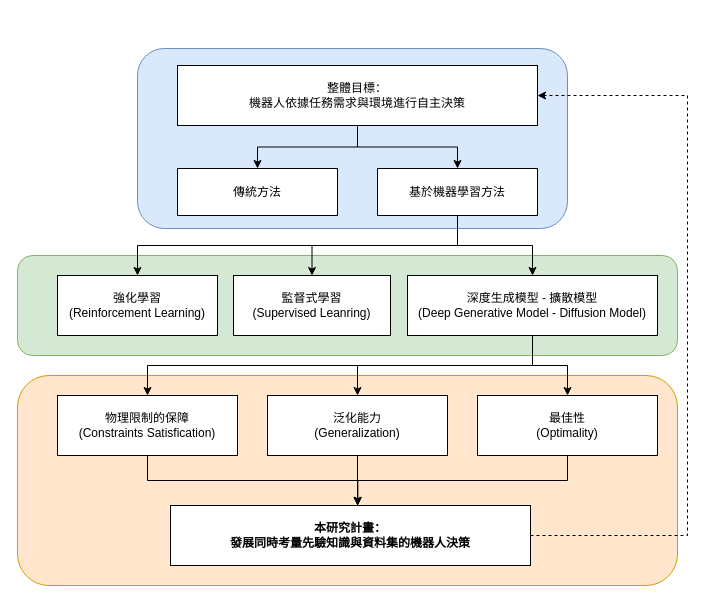
This is Untitled Diagram.drawio from IanHuangYH/Paper_Submission_Chart, a draw.io file, before an edit. Source tidied: cells renumbered, new cells numbered last; positions are measured from the earlier drawing's top-left corner, leaving out a move shared by most shapes. Both pictures are drawn from the tidied source at 100%, with x=0, y=0 at pixel (17, 48).
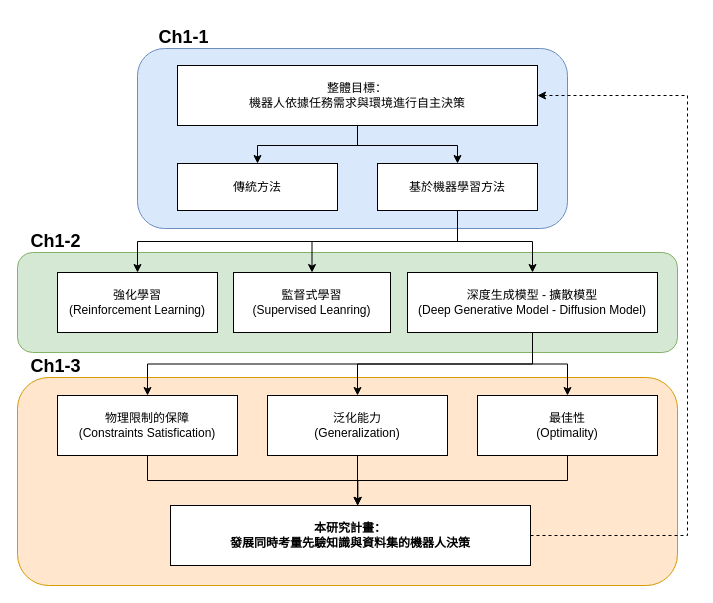
Above is the later version.

The edit, as a diff of the source:
```diff
@@
     <mxCell id="2" value="&lt;h3&gt;&lt;br&gt;&lt;/h3&gt;" style="rounded=1;whiteSpace=wrap;html=1;fillColor=#ffe6cc;strokeColor=#d79b00;align=left;" parent="1" vertex="1">
-      <mxGeometry y="327" width="660" height="210" as="geometry" />
+      <mxGeometry y="329" width="660" height="208" as="geometry" />
     </mxCell>
     <mxCell id="3" value="&lt;h3&gt;&lt;br&gt;&lt;/h3&gt;" style="rounded=1;whiteSpace=wrap;html=1;fillColor=#d5e8d4;strokeColor=#82b366;align=left;" parent="1" vertex="1">
-      <mxGeometry y="207" width="660" height="100" as="geometry" />
+      <mxGeometry y="204" width="660" height="100" as="geometry" />
     </mxCell>
@@
     <mxCell id="7" value="傳統方法" style="rounded=0;whiteSpace=wrap;html=1;" parent="1" vertex="1">
-      <mxGeometry x="160" y="120" width="160" height="47" as="geometry" />
+      <mxGeometry x="160" y="115" width="160" height="47" as="geometry" />
     </mxCell>
@@
     <mxCell id="11" value="基於機器學習方法" style="rounded=0;whiteSpace=wrap;html=1;" parent="1" vertex="1">
-      <mxGeometry x="360" y="120" width="160" height="47" as="geometry" />
+      <mxGeometry x="360" y="115" width="160" height="47" as="geometry" />
     </mxCell>
     <mxCell id="12" value="監督式學習&lt;br&gt;(Supervised Leanring)" style="rounded=0;whiteSpace=wrap;html=1;" parent="1" vertex="1">
-      <mxGeometry x="216" y="227" width="157" height="60" as="geometry" />
+      <mxGeometry x="216" y="224" width="157" height="60" as="geometry" />
     </mxCell>
     <mxCell id="13" value="強化學習&lt;br&gt;(Reinforcement Learning)" style="rounded=0;whiteSpace=wrap;html=1;" parent="1" vertex="1">
-      <mxGeometry x="40" y="227" width="160" height="60" as="geometry" />
+      <mxGeometry x="40" y="224" width="160" height="60" as="geometry" />
     </mxCell>
@@
     <mxCell id="17" value="深度生成模型 - 擴散模型&lt;br&gt;(Deep Generative Model - Diffusion Model)" style="rounded=0;whiteSpace=wrap;html=1;" parent="1" vertex="1">
-      <mxGeometry x="390" y="227" width="250" height="60" as="geometry" />
+      <mxGeometry x="390" y="224" width="250" height="60" as="geometry" />
     </mxCell>
@@
+    <mxCell id="27" value="&lt;b&gt;&lt;font style=&quot;font-size: 18px;&quot;&gt;Ch1-1&lt;/font&gt;&lt;/b&gt;" style="text;html=1;align=center;verticalAlign=middle;strokeColor=none;fillColor=none;" parent="1" vertex="1">
+      <mxGeometry x="131" y="-31" width="70" height="40" as="geometry" />
+    </mxCell>
+    <mxCell id="28" value="&lt;b&gt;&lt;font style=&quot;font-size: 18px;&quot;&gt;Ch1-2&lt;/font&gt;&lt;/b&gt;" style="text;html=1;align=center;verticalAlign=middle;strokeColor=none;fillColor=none;" parent="1" vertex="1">
+      <mxGeometry x="3" y="173" width="70" height="40" as="geometry" />
+    </mxCell>
+    <mxCell id="29" value="&lt;b&gt;&lt;font style=&quot;font-size: 18px;&quot;&gt;Ch1-3&lt;/font&gt;&lt;/b&gt;" style="text;html=1;align=center;verticalAlign=middle;strokeColor=none;fillColor=none;" parent="1" vertex="1">
+      <mxGeometry x="3" y="298" width="70" height="40" as="geometry" />
+    </mxCell>
```
